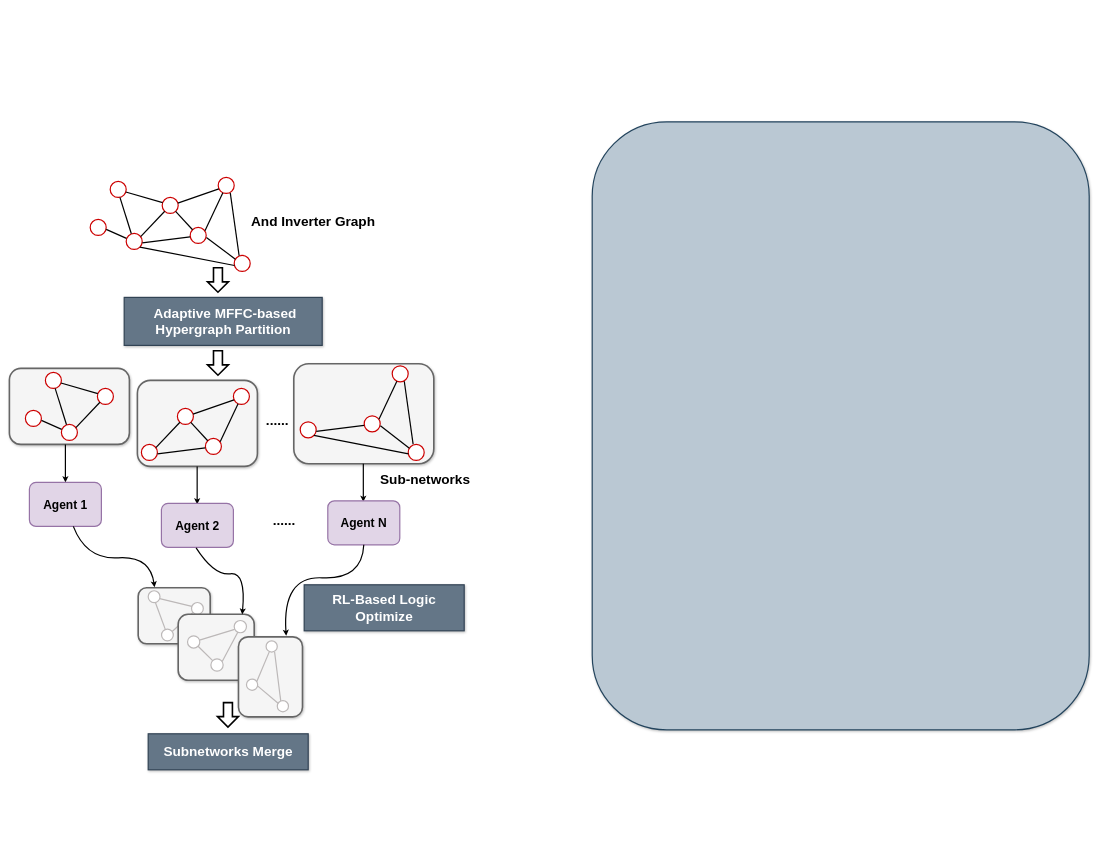
This is explorationEngine.drawio from kxzhu0505/LogicSynOpt, a draw.io file, before an edit. Source tidied: cells renumbered, new cells numbered last; positions are measured from the earlier drawing's top-left corner, leaving out a move shared by most shapes. Both pictures are drawn from the tidied source at 40%, with x=0, y=0 at pixel (9, 122).
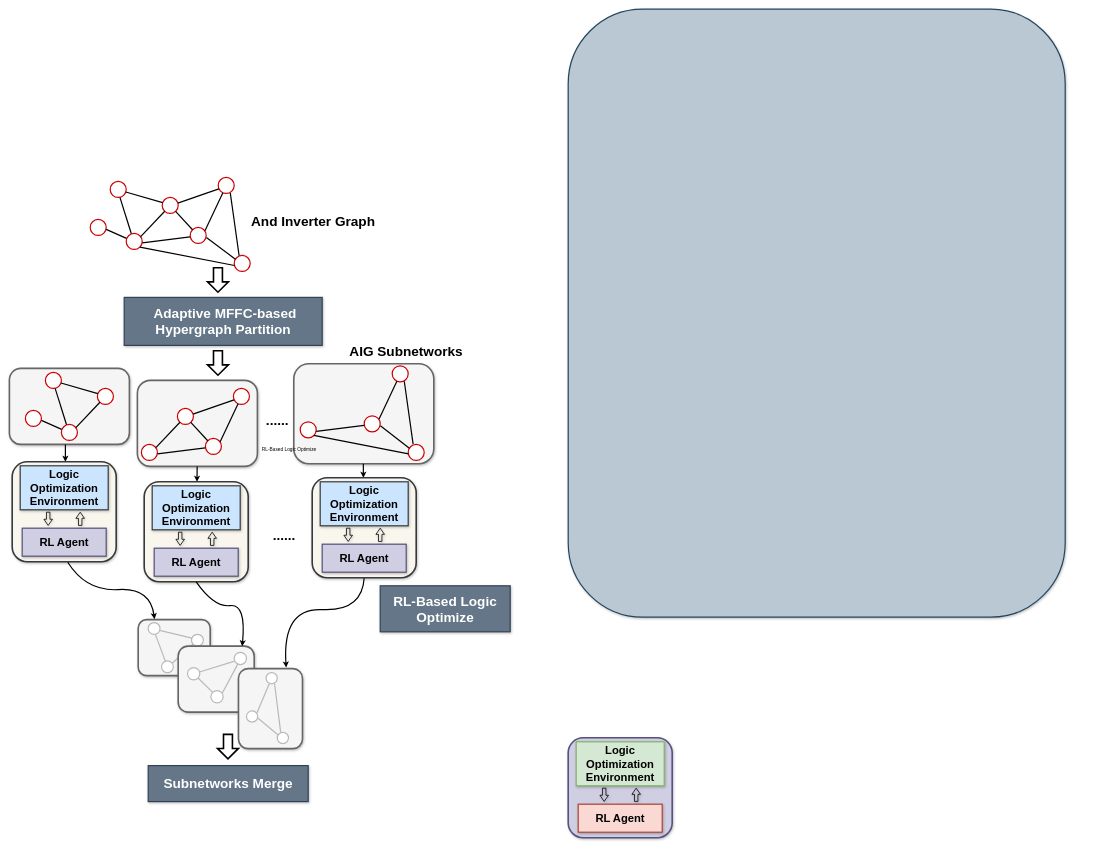
The same diagram, later.

The change refers to these unchanged cells:
```xml
<mxCell id="34" style="rounded=1;whiteSpace=wrap;html=1;fillColor=#f5f5f5;fontColor=#333333;strokeColor=#666666;strokeWidth=4;shadow=1;" parent="33" vertex="1">
  <mxGeometry x="30" width="180" height="140" as="geometry" />
</mxCell>
<mxCell id="41" style="rounded=1;whiteSpace=wrap;html=1;fillColor=#f5f5f5;fontColor=#333333;strokeColor=#666666;strokeWidth=4;shadow=1;" parent="33" vertex="1">
  <mxGeometry x="130" y="66.3" width="190" height="165" as="geometry" />
</mxCell>
```

The edit, as a diff of the source:
```diff
@@
     <mxCell id="2" style="rounded=1;whiteSpace=wrap;html=1;strokeWidth=3;shadow=1;fillColor=#bac8d3;strokeColor=#23445d;" parent="1" vertex="1">
-      <mxGeometry x="1457" width="1242.5" height="1520" as="geometry" />
+      <mxGeometry x="1397" y="-281.5" width="1242.5" height="1520" as="geometry" />
     </mxCell>
@@
     <mxCell id="33" style="group;strokeWidth=3;" parent="1" vertex="1">
-      <mxGeometry x="292" y="1165" width="510" height="322.6" as="geometry" />
+      <mxGeometry x="292" y="1244.5" width="510" height="322.6" as="geometry" />
     </mxCell>
@@
-    <mxCell id="56" style="rounded=0;whiteSpace=wrap;html=1;fillColor=#647687;fontColor=#ffffff;strokeColor=#314354;strokeWidth=3;shadow=1;" parent="1" vertex="1">
-      <mxGeometry x="737" y="1157.5" width="400" height="115" as="geometry" />
-    </mxCell>
-    <mxCell id="57" value="&lt;font color=&quot;#ffffff&quot; size=&quot;1&quot; style=&quot;&quot;&gt;&lt;b style=&quot;font-size: 34px;&quot;&gt;RL-Based Logic Optimize&lt;/b&gt;&lt;/font&gt;" style="text;html=1;align=center;verticalAlign=middle;whiteSpace=wrap;rounded=0;" parent="1" vertex="1">
-      <mxGeometry x="747" y="1200" width="380" height="30" as="geometry" />
-    </mxCell>
-    <mxCell id="58" style="group;" parent="1" vertex="1">
-      <mxGeometry x="82" y="806.5" width="1210" height="478.5" as="geometry" />
+    <mxCell id="58" value="RL-Based Logic Optimize" style="group;" parent="1" vertex="1">
+      <mxGeometry x="82" y="806.5" width="1235" height="488.5" as="geometry" />
     </mxCell>
     <mxCell id="59" style="endArrow=classic;html=1;rounded=0;strokeWidth=3;" parent="58" edge="1">
       <mxGeometry relative="1" as="geometry">
         <mxPoint x="58" as="sourcePoint" />
-        <mxPoint x="58" y="95" as="targetPoint" />
+        <mxPoint x="58" y="43.5" as="targetPoint" />
       </mxGeometry>
     </mxCell>
     <mxCell id="60" style="endArrow=classic;html=1;rounded=0;strokeWidth=3;" parent="58" edge="1">
       <mxGeometry relative="1" as="geometry">
         <mxPoint x="387.4" y="55" as="sourcePoint" />
-        <mxPoint x="387.4" y="150" as="targetPoint" />
+        <mxPoint x="387" y="93.5" as="targetPoint" />
       </mxGeometry>
     </mxCell>
     <mxCell id="61" style="endArrow=classic;html=1;rounded=0;strokeWidth=3;" parent="58" edge="1">
       <mxGeometry relative="1" as="geometry">
         <mxPoint x="802.8" y="48.5" as="sourcePoint" />
-        <mxPoint x="802.8" y="143.5" as="targetPoint" />
+        <mxPoint x="803" y="83.5" as="targetPoint" />
       </mxGeometry>
     </mxCell>
-    <mxCell id="62" value="&lt;font size=&quot;1&quot; style=&quot;&quot;&gt;&lt;b style=&quot;font-size: 30px;&quot;&gt;Agent 1&lt;/b&gt;&lt;/font&gt;" style="rounded=1;whiteSpace=wrap;html=1;fillColor=#e1d5e7;strokeColor=#9673a6;strokeWidth=3;" parent="58" vertex="1">
-      <mxGeometry x="-32" y="95" width="180" height="110" as="geometry" />
-    </mxCell>
-    <mxCell id="63" value="&lt;font size=&quot;1&quot; style=&quot;&quot;&gt;&lt;b style=&quot;font-size: 30px;&quot;&gt;Agent N&lt;/b&gt;&lt;/font&gt;" style="rounded=1;whiteSpace=wrap;html=1;fillColor=#e1d5e7;strokeColor=#9673a6;strokeWidth=3;" parent="58" vertex="1">
-      <mxGeometry x="714" y="141" width="180" height="110" as="geometry" />
-    </mxCell>
-    <mxCell id="64" value="&lt;font size=&quot;1&quot; style=&quot;&quot;&gt;&lt;b style=&quot;font-size: 30px;&quot;&gt;Agent 2&lt;/b&gt;&lt;/font&gt;" style="rounded=1;whiteSpace=wrap;html=1;fillColor=#e1d5e7;strokeColor=#9673a6;strokeWidth=3;" parent="58" vertex="1">
-      <mxGeometry x="298" y="147.5" width="180" height="110" as="geometry" />
-    </mxCell>
-    <mxCell id="65" style="curved=1;endArrow=classic;html=1;rounded=0;strokeWidth=3;entryX=0.227;entryY=-0.008;entryDx=0;entryDy=0;entryPerimeter=0;exitX=0.61;exitY=0.999;exitDx=0;exitDy=0;exitPerimeter=0;" parent="58" edge="1" source="62" target="34">
-      <mxGeometry relative="1" as="geometry">
-        <Array as="points">
-          <mxPoint x="110" y="288.5" />
-          <mxPoint x="270" y="278.5" />
-        </Array>
-      </mxGeometry>
-    </mxCell>
-    <mxCell id="66" style="curved=1;endArrow=classic;html=1;rounded=0;strokeWidth=3;entryX=0.842;entryY=0.002;entryDx=0;entryDy=0;entryPerimeter=0;exitX=0.482;exitY=1.01;exitDx=0;exitDy=0;exitPerimeter=0;" parent="58" edge="1" source="64" target="41">
-      <mxGeometry relative="1" as="geometry">
-        <Array as="points">
-          <mxPoint x="430" y="328.5" />
-          <mxPoint x="510" y="318.5" />
-        </Array>
-      </mxGeometry>
-    </mxCell>
-    <mxCell id="67" style="curved=1;endArrow=classic;html=1;rounded=0;strokeWidth=3;exitX=0.5;exitY=1;exitDx=0;exitDy=0;" parent="58" edge="1" source="63">
+    <mxCell id="67" style="curved=1;endArrow=classic;html=1;rounded=0;strokeWidth=3;exitX=0.5;exitY=1;exitDx=0;exitDy=0;" parent="58" edge="1" source="109">
       <mxGeometry relative="1" as="geometry">
-        <mxPoint x="610" y="478.5" as="targetPoint" />
+        <mxPoint x="610" y="558" as="targetPoint" />
         <Array as="points">
-          <mxPoint x="800" y="338.5" />
-          <mxPoint x="600" y="328.5" />
+          <mxPoint x="800" y="418" />
+          <mxPoint x="600" y="408" />
         </Array>
       </mxGeometry>
     </mxCell>
     <mxCell id="68" value="&lt;span style=&quot;font-size: 34px;&quot;&gt;&lt;b&gt;......&lt;/b&gt;&lt;/span&gt;" style="text;html=1;align=center;verticalAlign=middle;whiteSpace=wrap;rounded=0;" parent="58" vertex="1">
-      <mxGeometry x="535" y="175" width="140" height="30" as="geometry" />
+      <mxGeometry x="535" y="213.5" width="140" height="30" as="geometry" />
     </mxCell>
-    <mxCell id="69" value="&lt;font size=&quot;1&quot; style=&quot;&quot;&gt;&lt;b style=&quot;font-size: 34px;&quot;&gt;Sub-networks&lt;/b&gt;&lt;/font&gt;" style="text;html=1;align=center;verticalAlign=middle;whiteSpace=wrap;rounded=0;" parent="58" vertex="1">
-      <mxGeometry x="825" y="73.5" width="265" height="30" as="geometry" />
-    </mxCell>
+    <mxCell id="96" style="group;strokeWidth=4;" parent="58" vertex="1">
+      <mxGeometry x="-75" y="23.5" width="260" height="290" as="geometry" />
+    </mxCell>
+    <mxCell id="97" style="rounded=1;whiteSpace=wrap;html=1;strokeWidth=4;fillColor=#f9f7ed;strokeColor=#36393d;shadow=1;" parent="96" vertex="1">
+      <mxGeometry y="20" width="260" height="250" as="geometry" />
+    </mxCell>
+    <mxCell id="98" value="&lt;font size=&quot;1&quot; style=&quot;&quot;&gt;&lt;b style=&quot;font-size: 28px;&quot;&gt;RL Agent&lt;/b&gt;&lt;/font&gt;" style="rounded=0;whiteSpace=wrap;html=1;fillColor=#d0cee2;strokeColor=#56517e;strokeWidth=3;shadow=1;" parent="96" vertex="1">
+      <mxGeometry x="25" y="186" width="210" height="70" as="geometry" />
+    </mxCell>
+    <mxCell id="99" value="&lt;font size=&quot;1&quot; style=&quot;&quot;&gt;&lt;b style=&quot;font-size: 28px;&quot;&gt;Logic Optimization Environment&lt;/b&gt;&lt;/font&gt;" style="rounded=0;whiteSpace=wrap;html=1;fillColor=#cce5ff;strokeColor=#36393d;strokeWidth=3;shadow=1;" parent="96" vertex="1">
+      <mxGeometry x="20" y="30" width="220" height="110" as="geometry" />
+    </mxCell>
+    <mxCell id="100" style="shape=flexArrow;endArrow=classic;html=1;rounded=0;strokeWidth=2;endWidth=10.72840790842872;endSize=4.44516129032258;width=7.741935483870967;shadow=1;" parent="96" edge="1">
+      <mxGeometry relative="1" as="geometry">
+        <mxPoint x="90" y="145" as="sourcePoint" />
+        <mxPoint x="90" y="180" as="targetPoint" />
+      </mxGeometry>
+    </mxCell>
+    <mxCell id="101" style="shape=flexArrow;endArrow=classic;html=1;rounded=0;strokeWidth=2;endWidth=10.72840790842872;endSize=4.44516129032258;width=7.741935483870967;shadow=1;" parent="96" edge="1">
+      <mxGeometry relative="1" as="geometry">
+        <mxPoint x="170" y="180" as="sourcePoint" />
+        <mxPoint x="170" y="145" as="targetPoint" />
+      </mxGeometry>
+    </mxCell>
+    <mxCell id="102" style="group;strokeWidth=4;" parent="58" vertex="1">
+      <mxGeometry x="255" y="73.5" width="260" height="290" as="geometry" />
+    </mxCell>
+    <mxCell id="103" style="rounded=1;whiteSpace=wrap;html=1;strokeWidth=4;fillColor=#f9f7ed;strokeColor=#36393d;shadow=1;" parent="102" vertex="1">
+      <mxGeometry y="20" width="260" height="250" as="geometry" />
+    </mxCell>
+    <mxCell id="104" value="&lt;font size=&quot;1&quot; style=&quot;&quot;&gt;&lt;b style=&quot;font-size: 28px;&quot;&gt;RL Agent&lt;/b&gt;&lt;/font&gt;" style="rounded=0;whiteSpace=wrap;html=1;fillColor=#d0cee2;strokeColor=#56517e;strokeWidth=3;shadow=1;" parent="102" vertex="1">
+      <mxGeometry x="25" y="186" width="210" height="70" as="geometry" />
+    </mxCell>
+    <mxCell id="105" value="&lt;font size=&quot;1&quot; style=&quot;&quot;&gt;&lt;b style=&quot;font-size: 28px;&quot;&gt;Logic Optimization Environment&lt;/b&gt;&lt;/font&gt;" style="rounded=0;whiteSpace=wrap;html=1;fillColor=#cce5ff;strokeColor=#36393d;strokeWidth=3;shadow=1;" parent="102" vertex="1">
+      <mxGeometry x="20" y="30" width="220" height="110" as="geometry" />
+    </mxCell>
+    <mxCell id="106" style="shape=flexArrow;endArrow=classic;html=1;rounded=0;strokeWidth=2;endWidth=10.72840790842872;endSize=4.44516129032258;width=7.741935483870967;shadow=1;" parent="102" edge="1">
+      <mxGeometry relative="1" as="geometry">
+        <mxPoint x="90" y="145" as="sourcePoint" />
+        <mxPoint x="90" y="180" as="targetPoint" />
+      </mxGeometry>
+    </mxCell>
+    <mxCell id="107" style="shape=flexArrow;endArrow=classic;html=1;rounded=0;strokeWidth=2;endWidth=10.72840790842872;endSize=4.44516129032258;width=7.741935483870967;shadow=1;" parent="102" edge="1">
+      <mxGeometry relative="1" as="geometry">
+        <mxPoint x="170" y="180" as="sourcePoint" />
+        <mxPoint x="170" y="145" as="targetPoint" />
+      </mxGeometry>
+    </mxCell>
+    <mxCell id="108" style="group;strokeWidth=4;" parent="58" vertex="1">
+      <mxGeometry x="675" y="63.5" width="260" height="290" as="geometry" />
+    </mxCell>
+    <mxCell id="109" style="rounded=1;whiteSpace=wrap;html=1;strokeWidth=4;fillColor=#f9f7ed;strokeColor=#36393d;shadow=1;" parent="108" vertex="1">
+      <mxGeometry y="20" width="260" height="250" as="geometry" />
+    </mxCell>
+    <mxCell id="110" value="&lt;font size=&quot;1&quot; style=&quot;&quot;&gt;&lt;b style=&quot;font-size: 28px;&quot;&gt;RL Agent&lt;/b&gt;&lt;/font&gt;" style="rounded=0;whiteSpace=wrap;html=1;fillColor=#d0cee2;strokeColor=#56517e;strokeWidth=3;shadow=1;" parent="108" vertex="1">
+      <mxGeometry x="25" y="186" width="210" height="70" as="geometry" />
+    </mxCell>
+    <mxCell id="111" value="&lt;font size=&quot;1&quot; style=&quot;&quot;&gt;&lt;b style=&quot;font-size: 28px;&quot;&gt;Logic Optimization Environment&lt;/b&gt;&lt;/font&gt;" style="rounded=0;whiteSpace=wrap;html=1;fillColor=#cce5ff;strokeColor=#36393d;strokeWidth=3;shadow=1;" parent="108" vertex="1">
+      <mxGeometry x="20" y="30" width="220" height="110" as="geometry" />
+    </mxCell>
+    <mxCell id="112" style="shape=flexArrow;endArrow=classic;html=1;rounded=0;strokeWidth=2;endWidth=10.72840790842872;endSize=4.44516129032258;width=7.741935483870967;shadow=1;" parent="108" edge="1">
+      <mxGeometry relative="1" as="geometry">
+        <mxPoint x="90" y="145" as="sourcePoint" />
+        <mxPoint x="90" y="180" as="targetPoint" />
+      </mxGeometry>
+    </mxCell>
+    <mxCell id="113" style="shape=flexArrow;endArrow=classic;html=1;rounded=0;strokeWidth=2;endWidth=10.72840790842872;endSize=4.44516129032258;width=7.741935483870967;shadow=1;" parent="108" edge="1">
+      <mxGeometry relative="1" as="geometry">
+        <mxPoint x="170" y="180" as="sourcePoint" />
+        <mxPoint x="170" y="145" as="targetPoint" />
+      </mxGeometry>
+    </mxCell>
+    <mxCell id="56" value="&lt;b style=&quot;font-size: 34px;&quot;&gt;RL-Based Logic Optimize&lt;/b&gt;" style="rounded=0;whiteSpace=wrap;html=1;fillColor=#647687;fontColor=#ffffff;strokeColor=#314354;strokeWidth=3;shadow=1;" parent="58" vertex="1">
+      <mxGeometry x="845" y="353.5" width="325" height="115" as="geometry" />
+    </mxCell>
@@
     <mxCell id="93" value="&lt;b style=&quot;&quot;&gt;&lt;font style=&quot;font-size: 34px;&quot;&gt;Subnetworks Merge&lt;/font&gt;&lt;/b&gt;" style="rounded=0;whiteSpace=wrap;html=1;fillColor=#647687;fontColor=#ffffff;strokeColor=#314354;strokeWidth=3;shadow=1;" parent="1" vertex="1">
-      <mxGeometry x="347" y="1530" width="400" height="90" as="geometry" />
+      <mxGeometry x="347" y="1609.5" width="400" height="90" as="geometry" />
     </mxCell>
     <mxCell id="94" style="shape=flexArrow;endArrow=classic;html=1;rounded=0;strokeWidth=4;endWidth=25.992865636147446;endSize=7.303448275862069;width=19.310344827586206;" parent="1" edge="1">
       <mxGeometry relative="1" as="geometry">
-        <mxPoint x="546.4" y="1450" as="sourcePoint" />
-        <mxPoint x="546.4" y="1515" as="targetPoint" />
+        <mxPoint x="546.4" y="1529.5" as="sourcePoint" />
+        <mxPoint x="546.4" y="1594.5" as="targetPoint" />
       </mxGeometry>
     </mxCell>
@@
+    <mxCell id="114" style="group;strokeWidth=4;" parent="1" vertex="1">
+      <mxGeometry x="1397" y="1520" width="260" height="290" as="geometry" />
+    </mxCell>
+    <mxCell id="115" style="rounded=1;whiteSpace=wrap;html=1;strokeWidth=4;fillColor=#d0cee2;strokeColor=#56517e;shadow=1;" parent="114" vertex="1">
+      <mxGeometry y="20" width="260" height="250" as="geometry" />
+    </mxCell>
+    <mxCell id="116" value="&lt;font size=&quot;1&quot; style=&quot;&quot;&gt;&lt;b style=&quot;font-size: 28px;&quot;&gt;RL Agent&lt;/b&gt;&lt;/font&gt;" style="rounded=0;whiteSpace=wrap;html=1;fillColor=#fad9d5;strokeColor=#ae4132;strokeWidth=3;shadow=1;" parent="114" vertex="1">
+      <mxGeometry x="25" y="186" width="210" height="70" as="geometry" />
+    </mxCell>
+    <mxCell id="117" value="&lt;font size=&quot;1&quot; style=&quot;&quot;&gt;&lt;b style=&quot;font-size: 28px;&quot;&gt;Logic Optimization Environment&lt;/b&gt;&lt;/font&gt;" style="rounded=0;whiteSpace=wrap;html=1;fillColor=#d5e8d4;strokeColor=#82b366;strokeWidth=3;shadow=1;" parent="114" vertex="1">
+      <mxGeometry x="20" y="30" width="220" height="110" as="geometry" />
+    </mxCell>
+    <mxCell id="118" style="shape=flexArrow;endArrow=classic;html=1;rounded=0;strokeWidth=2;endWidth=10.72840790842872;endSize=4.44516129032258;width=7.741935483870967;shadow=1;" parent="114" edge="1">
+      <mxGeometry relative="1" as="geometry">
+        <mxPoint x="90" y="145" as="sourcePoint" />
+        <mxPoint x="90" y="180" as="targetPoint" />
+      </mxGeometry>
+    </mxCell>
+    <mxCell id="119" style="shape=flexArrow;endArrow=classic;html=1;rounded=0;strokeWidth=2;endWidth=10.72840790842872;endSize=4.44516129032258;width=7.741935483870967;shadow=1;" parent="114" edge="1">
+      <mxGeometry relative="1" as="geometry">
+        <mxPoint x="170" y="180" as="sourcePoint" />
+        <mxPoint x="170" y="145" as="targetPoint" />
+      </mxGeometry>
+    </mxCell>
+    <mxCell id="65" style="curved=1;endArrow=classic;html=1;rounded=0;strokeWidth=3;entryX=0.227;entryY=-0.008;entryDx=0;entryDy=0;entryPerimeter=0;exitX=0.534;exitY=1.005;exitDx=0;exitDy=0;exitPerimeter=0;" parent="1" edge="1" source="97" target="34">
+      <mxGeometry relative="1" as="geometry">
+        <Array as="points">
+          <mxPoint x="192" y="1174.5" />
+          <mxPoint x="352" y="1164.5" />
+        </Array>
+      </mxGeometry>
+    </mxCell>
+    <mxCell id="66" style="curved=1;endArrow=classic;html=1;rounded=0;strokeWidth=3;entryX=0.842;entryY=0.002;entryDx=0;entryDy=0;entryPerimeter=0;exitX=0.5;exitY=1;exitDx=0;exitDy=0;" parent="1" edge="1" source="103" target="41">
+      <mxGeometry relative="1" as="geometry">
+        <Array as="points">
+          <mxPoint x="512" y="1214.5" />
+          <mxPoint x="592" y="1204.5" />
+        </Array>
+      </mxGeometry>
+    </mxCell>
+    <mxCell id="69" value="&lt;font size=&quot;1&quot; style=&quot;&quot;&gt;&lt;b style=&quot;font-size: 34px;&quot;&gt;AIG Subnetworks&lt;/b&gt;&lt;/font&gt;" style="text;html=1;align=center;verticalAlign=middle;whiteSpace=wrap;rounded=0;" parent="1" vertex="1">
+      <mxGeometry x="837" y="560" width="310" height="30" as="geometry" />
+    </mxCell>
```
